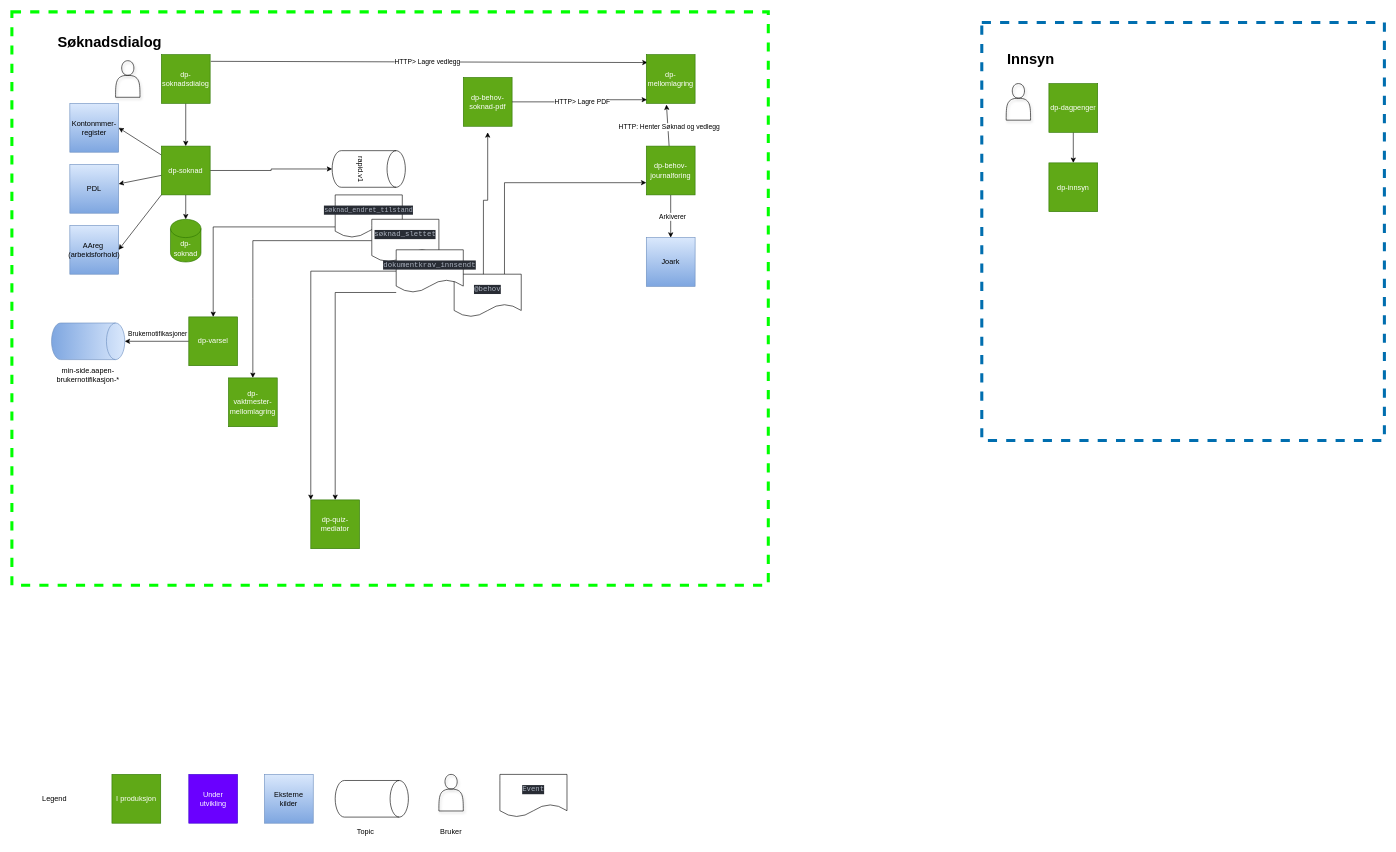
Before: docs/systemkart/systemkart.drawio in navikt/dp-dokumentasjon, a draw.io diagram. Source tidied: cells renumbered, new cells numbered last; positions are measured from the earlier drawing's top-left corner, leaving out a move shared by most shapes. Both pictures are drawn from the tidied source at 61%, with x=0, y=0 at pixel (12, 12).
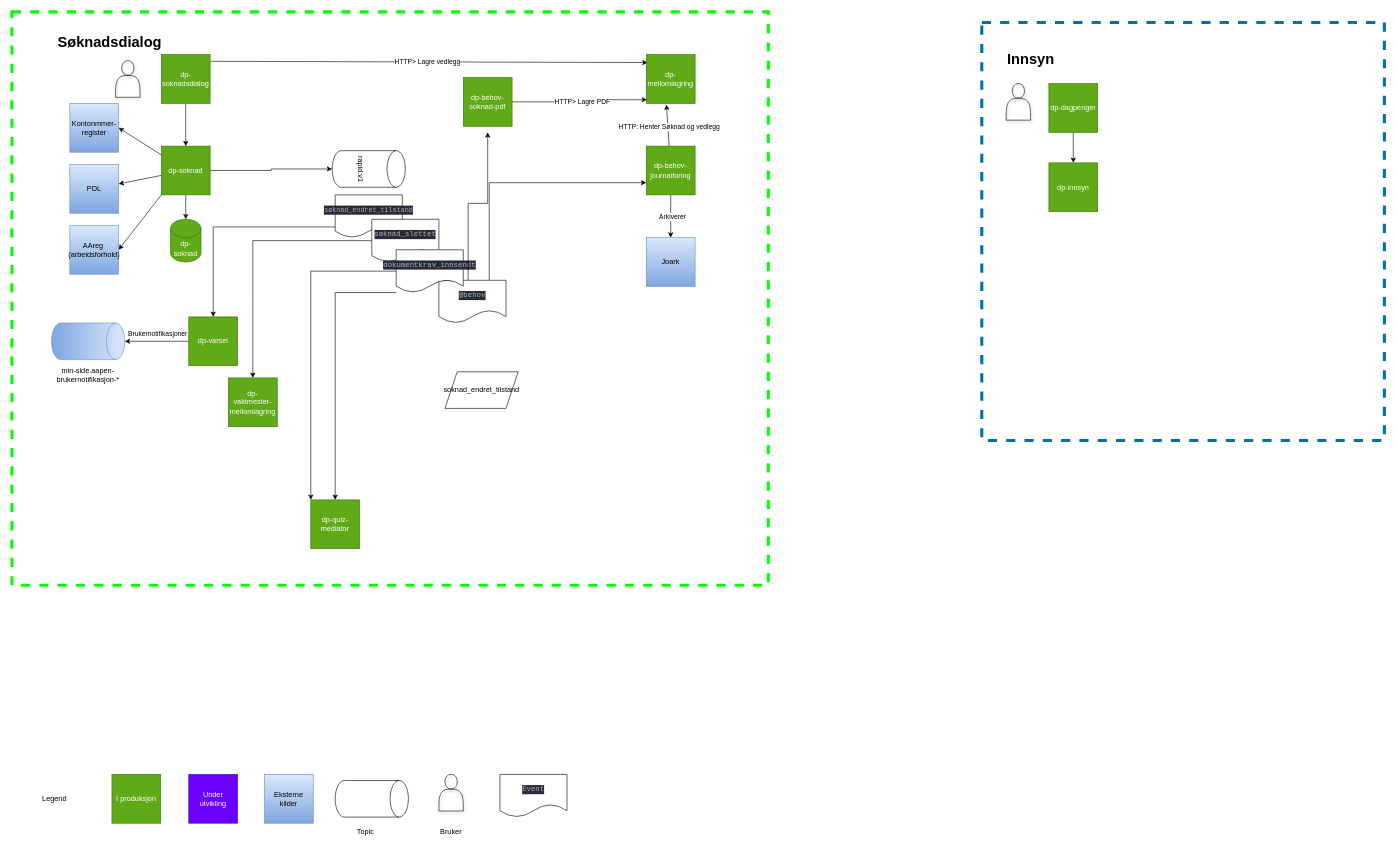
The same diagram, later.

What changed in the source:
```diff
@@
     <mxCell id="47" value="&lt;div style=&quot;background-color:#282c34;color:#abb2bf&quot;&gt;&lt;pre style=&quot;font-family: &amp;quot;MesloLGS NF&amp;quot;, monospace;&quot;&gt;&lt;pre style=&quot;font-family: &amp;quot;MesloLGS NF&amp;quot;, monospace;&quot;&gt;&lt;div&gt;&lt;pre style=&quot;font-family: &amp;quot;MesloLGS NF&amp;quot;, monospace;&quot;&gt;@behov&lt;/pre&gt;&lt;/div&gt;&lt;/pre&gt;&lt;/pre&gt;&lt;/div&gt;" style="shape=document;whiteSpace=wrap;html=1;boundedLbl=1;" parent="1" vertex="1">
-      <mxGeometry x="725" y="430" width="110" height="70" as="geometry" />
+      <mxGeometry x="700" y="440" width="110" height="70" as="geometry" />
     </mxCell>
@@
+    <mxCell id="63" value="soknad_endret_tilstand" style="shape=parallelogram;perimeter=parallelogramPerimeter;whiteSpace=wrap;html=1;fixedSize=1;" parent="1" vertex="1">
+      <mxGeometry x="710" y="590" width="120" height="60" as="geometry" />
+    </mxCell>
```
